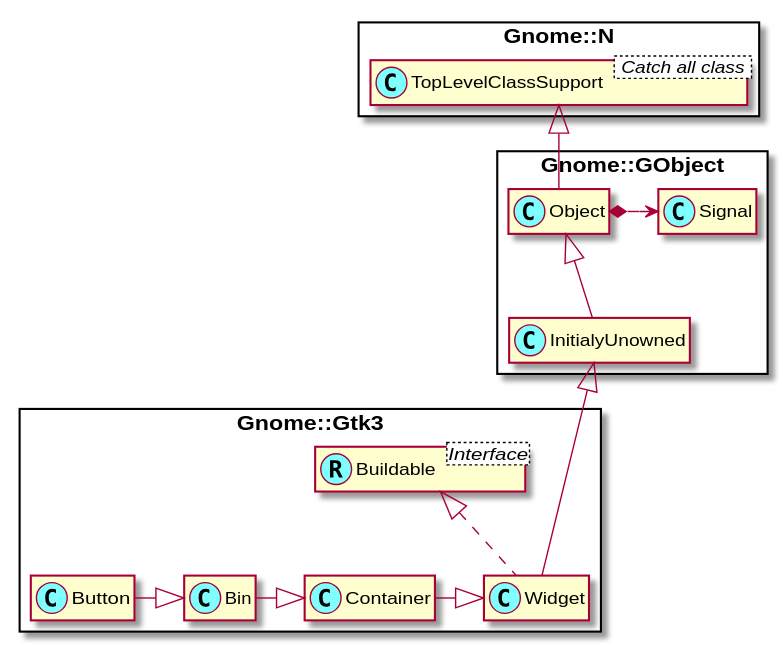
Before: docs/content-docs/reference/Gtk3/plantuml/Button.svg, a diagram exported from PlantUML (MARTIMM/gnome-gtk3).
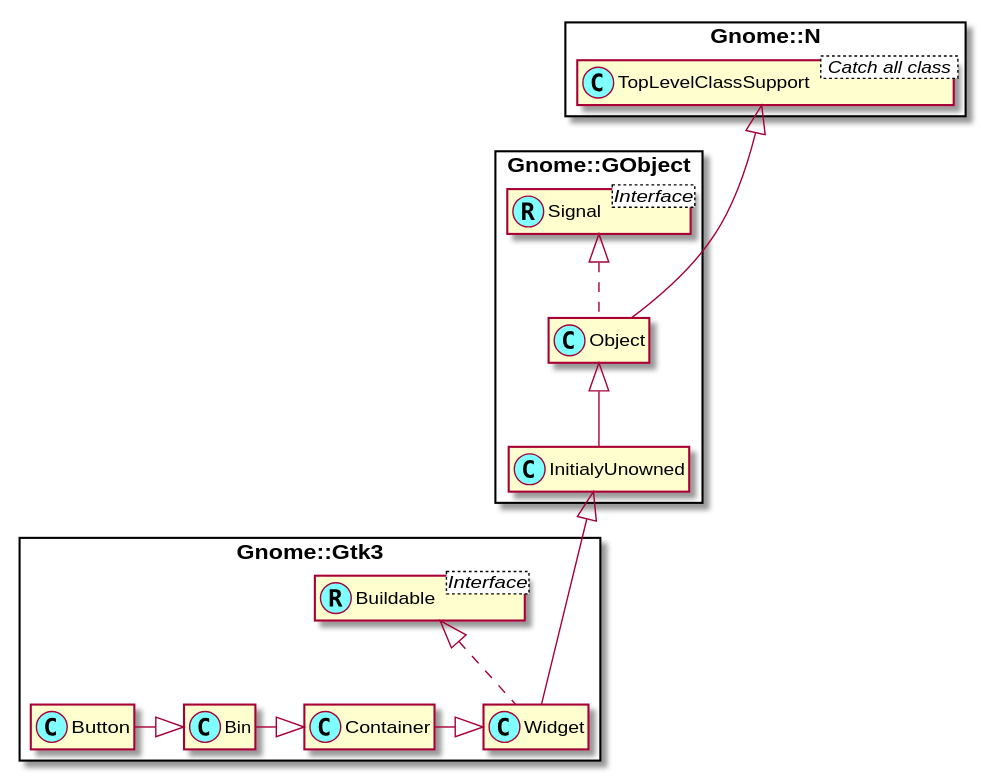
Later version of the same file.

Change to the diagram source:
```diff
@@ -4,18 +4,21 @@
 set namespaceSeparator ::
 hide members
 
+class Gnome::N::TopLevelClassSupport < Catch all class >
+
+Interface Gnome::GObject::Signal <Interface>
+class Gnome::GObject::Signal <<(R,#80ffff)>>
+
 Interface Gnome::Gtk3::Buildable <Interface>
 class Gnome::Gtk3::Buildable <<(R,#80ffff)>>
 
-class Gnome::N::TopLevelClassSupport < Catch all class >
-Gnome::N::TopLevelClassSupport <|-- Gnome::GObject::Object
+class Gnome::Gtk3::Widget implements Gnome::Gtk3::Buildable
 
+Gnome::N::TopLevelClassSupport <|--- Gnome::GObject::Object
 Gnome::GObject::Object <|-- Gnome::GObject::InitialyUnowned
-Gnome::GObject::Object *-> Gnome::GObject::Signal
+Gnome::GObject::Signal <|.. Gnome::GObject::Object
 
 Gnome::GObject::InitialyUnowned <|--- Gnome::Gtk3::Widget
-
-class Gnome::Gtk3::Widget implements Gnome::Gtk3::Buildable
 
 Gnome::Gtk3::Button -|> Gnome::Gtk3::Bin
 Gnome::Gtk3::Bin -|> Gnome::Gtk3::Container
```
